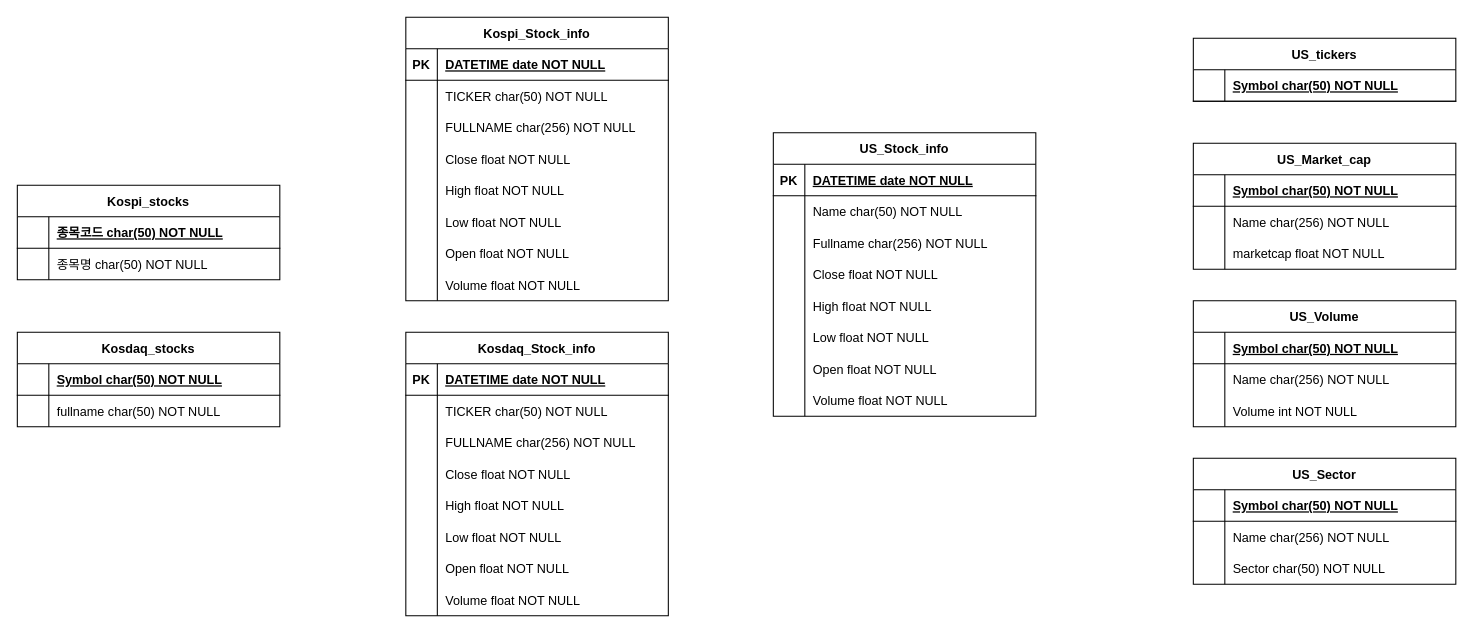
This is page "raw_data" (1 of 2) of docs/stock-watcher.drawio from ourjune21/stock-watcher, a draw.io file, before an edit. Source tidied: cells renumbered, new cells numbered last; positions are measured from the earlier drawing's top-left corner, leaving out a move shared by most shapes. Both pictures are drawn from the tidied source at 105%, with x=0, y=0 at pixel (17, 17).
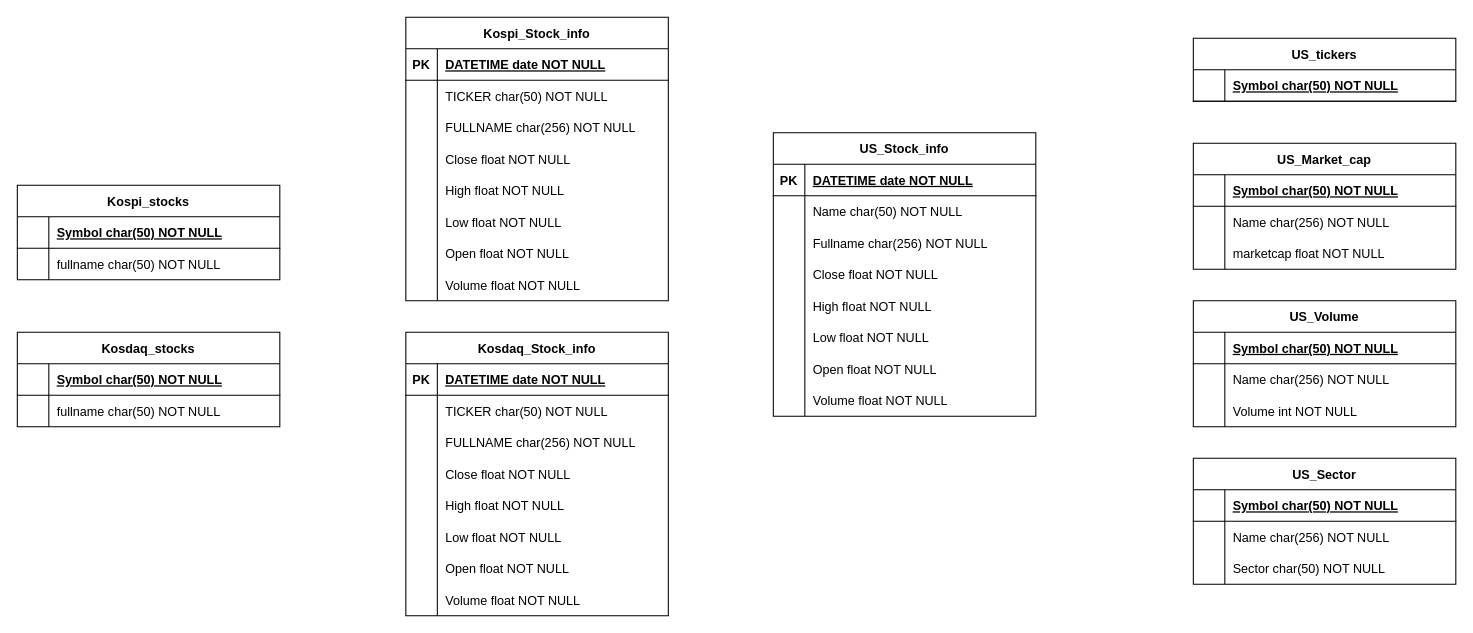
Above is the later version.

Unchanged cells that the change refers to:
```xml
<mxCell id="62" style="shape=partialRectangle;fillColor=none;top=0;left=0;right=0;bottom=1;" parent="61" vertex="1">
  <mxGeometry y="30" width="250" height="30" as="geometry" />
</mxCell>
<mxCell id="65" style="shape=partialRectangle;fillColor=none;top=0;left=0;right=0;bottom=0;" parent="61" vertex="1">
  <mxGeometry y="60" width="250" height="30" as="geometry" />
</mxCell>
```

The edit, as a diff of the source:
```diff
@@
-    <mxCell id="64" value="종목코드 char(50) NOT NULL" style="shape=partialRectangle;overflow=hidden;fillColor=none;top=0;left=0;bottom=0;right=0;align=left;spacingLeft=6;fontStyle=5;" parent="62" vertex="1">
+    <mxCell id="64" value="Symbol char(50) NOT NULL" style="shape=partialRectangle;overflow=hidden;fillColor=none;top=0;left=0;bottom=0;right=0;align=left;spacingLeft=6;fontStyle=5;" parent="62" vertex="1">
       <mxGeometry x="30" width="220" height="30" as="geometry" />
     </mxCell>
@@
-    <mxCell id="67" value="종목명 char(50) NOT NULL" style="shape=partialRectangle;overflow=hidden;fillColor=none;top=0;left=0;bottom=0;right=0;align=left;spacingLeft=6;" parent="65" vertex="1">
+    <mxCell id="67" value="fullname char(50) NOT NULL" style="shape=partialRectangle;overflow=hidden;fillColor=none;top=0;left=0;bottom=0;right=0;align=left;spacingLeft=6;" parent="65" vertex="1">
       <mxGeometry x="30" width="220" height="30" as="geometry" />
     </mxCell>
```
